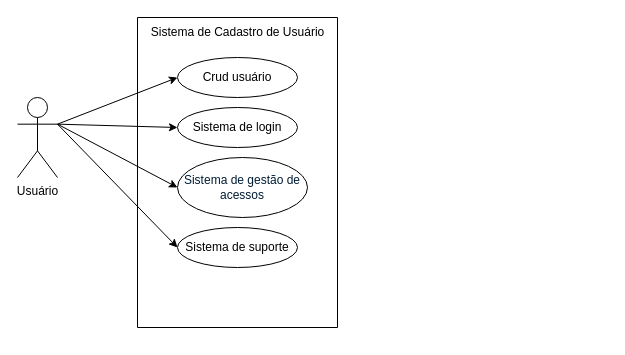
Before: page "Sistema de cadastro de usuários" (5 of 5) of Diagrama sem nome.drawio in Klayvertone/diagramasderequesitos, a draw.io diagram. Source tidied: cells renumbered, new cells numbered last; positions are measured from the earlier drawing's top-left corner, leaving out a move shared by most shapes. Both pictures are drawn from the tidied source at 100%, with x=0, y=0 at pixel (17, 17).
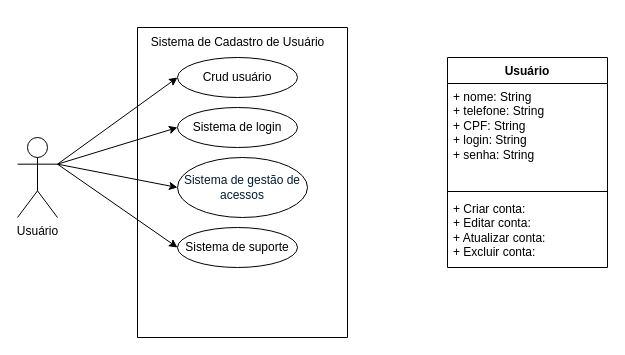
The same diagram, later.

What changed in the source:
```diff
@@
 <mxGraphModel>
   <root>
     <mxCell id="0" />
     <mxCell id="1" parent="0" />
     <mxCell id="2" style="rounded=0;jettySize=auto;html=1;entryX=0;entryY=0.5;entryDx=0;entryDy=0;exitX=1;exitY=0.3333333333333333;exitDx=0;exitDy=0;exitPerimeter=0;" parent="1" edge="1" source="6" target="7">
       <mxGeometry relative="1" as="geometry" />
     </mxCell>
     <mxCell id="3" style="rounded=0;jettySize=auto;html=1;exitX=1;exitY=0.3333333333333333;exitDx=0;exitDy=0;exitPerimeter=0;entryX=0;entryY=0.5;entryDx=0;entryDy=0;" parent="1" edge="1" source="6" target="8">
       <mxGeometry relative="1" as="geometry" />
     </mxCell>
     <mxCell id="4" style="edgeStyle=none;rounded=0;jettySize=auto;html=1;exitX=1;exitY=0.3333333333333333;exitDx=0;exitDy=0;exitPerimeter=0;entryX=0;entryY=0.5;entryDx=0;entryDy=0;" parent="1" edge="1" source="6" target="9">
       <mxGeometry relative="1" as="geometry" />
     </mxCell>
     <mxCell id="5" style="edgeStyle=none;rounded=0;jettySize=auto;html=1;exitX=1;exitY=0.3333333333333333;exitDx=0;exitDy=0;exitPerimeter=0;entryX=0;entryY=0.5;entryDx=0;entryDy=0;" parent="1" edge="1" source="6" target="10">
       <mxGeometry relative="1" as="geometry" />
     </mxCell>
     <mxCell id="6" value="Usuário" style="shape=umlActor;verticalLabelPosition=bottom;verticalAlign=top;html=1;outlineConnect=0;" parent="1" vertex="1">
-      <mxGeometry y="80" width="40" height="80" as="geometry" />
+      <mxGeometry y="120" width="40" height="80" as="geometry" />
     </mxCell>
     <mxCell id="7" value="Crud usuário" style="ellipse;whiteSpace=wrap;html=1;" parent="1" vertex="1">
       <mxGeometry x="160" y="40" width="120" height="40" as="geometry" />
     </mxCell>
     <mxCell id="8" value="Sistema de login" style="ellipse;whiteSpace=wrap;html=1;" parent="1" vertex="1">
       <mxGeometry x="160" y="90" width="120" height="40" as="geometry" />
     </mxCell>
     <mxCell id="9" value="&lt;font face=&quot;Arial, sans-serif&quot; color=&quot;#001d35&quot;&gt;&lt;span style=&quot;white-space-collapse: preserve;&quot;&gt;Sistema de gestão de acessos&lt;/span&gt;&lt;/font&gt;" style="ellipse;whiteSpace=wrap;html=1;" parent="1" vertex="1">
       <mxGeometry x="160" y="140" width="130" height="60" as="geometry" />
     </mxCell>
     <mxCell id="10" value="Sistema de suporte" style="ellipse;whiteSpace=wrap;html=1;" parent="1" vertex="1">
       <mxGeometry x="160" y="210" width="120" height="40" as="geometry" />
     </mxCell>
     <mxCell id="11" style="swimlane;startSize=0;" parent="1" vertex="1">
-      <mxGeometry x="120" width="200" height="310" as="geometry" />
+      <mxGeometry x="120" y="10" width="210" height="310" as="geometry" />
     </mxCell>
     <mxCell id="12" value="Sistema de Cadastro de Usuário" style="text;html=1;align=center;verticalAlign=middle;strokeColor=none;fillColor=none;" parent="11" vertex="1">
       <mxGeometry width="200" height="30" as="geometry" />
     </mxCell>
+    <mxCell id="13" value="Usuário" style="swimlane;fontStyle=1;align=center;verticalAlign=top;horizontal=1;startSize=26;whiteSpace=wrap;html=1;" parent="1" vertex="1">
+      <mxGeometry x="430" y="40" width="160" height="210" as="geometry" />
+    </mxCell>
+    <mxCell id="14" value="+ nome: String&lt;div&gt;+ telefone: String&lt;/div&gt;&lt;div&gt;+ CPF: String&lt;/div&gt;&lt;div&gt;+ login: String&lt;/div&gt;&lt;div&gt;+ senha: String&lt;/div&gt;" style="text;strokeColor=none;fillColor=none;align=left;verticalAlign=top;spacingLeft=4;spacingRight=4;overflow=hidden;whiteSpace=wrap;html=1;" parent="13" vertex="1">
+      <mxGeometry y="26" width="160" height="104" as="geometry" />
+    </mxCell>
+    <mxCell id="15" style="line;strokeWidth=1;fillColor=none;align=left;verticalAlign=middle;spacingTop=-1;spacingLeft=3;spacingRight=3;labelPosition=right;strokeColor=inherit;" parent="13" vertex="1">
+      <mxGeometry y="130" width="160" height="8" as="geometry" />
+    </mxCell>
+    <mxCell id="16" value="+ Criar conta:&amp;nbsp;&lt;div&gt;+ Editar conta:&lt;/div&gt;&lt;div&gt;+ Atualizar conta:&lt;/div&gt;&lt;div&gt;+ Excluir conta:&lt;/div&gt;" style="text;strokeColor=none;fillColor=none;align=left;verticalAlign=top;spacingLeft=4;spacingRight=4;overflow=hidden;whiteSpace=wrap;html=1;" parent="13" vertex="1">
+      <mxGeometry y="138" width="160" height="72" as="geometry" />
+    </mxCell>
   </root>
 </mxGraphModel>
```
